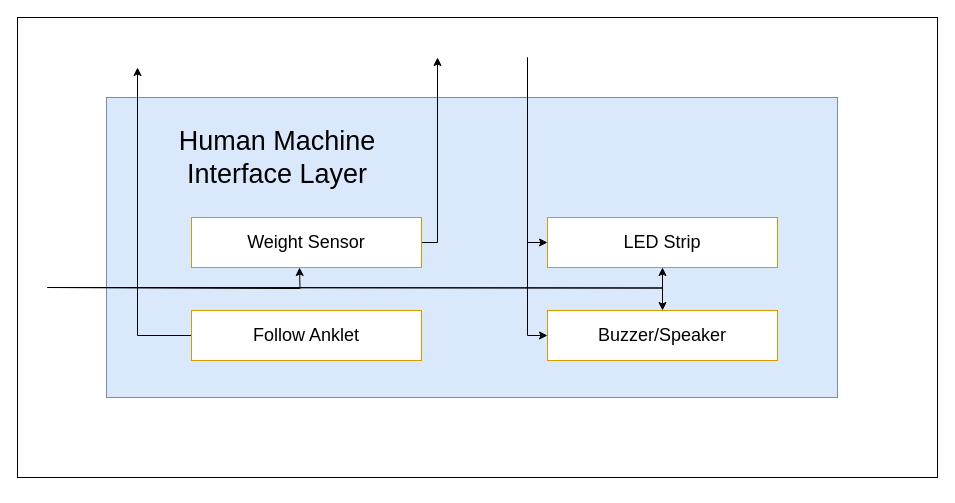
Earlier version of the draw.io diagram DRAWIO Files/Kendall/HMI_Layer.drawio (TuringBoard/ADS). Source tidied: cells renumbered, new cells numbered last; positions are measured from the earlier drawing's top-left corner, leaving out a move shared by most shapes. Both pictures are drawn from the tidied source at 100%, with x=0, y=0 at pixel (17, 17).
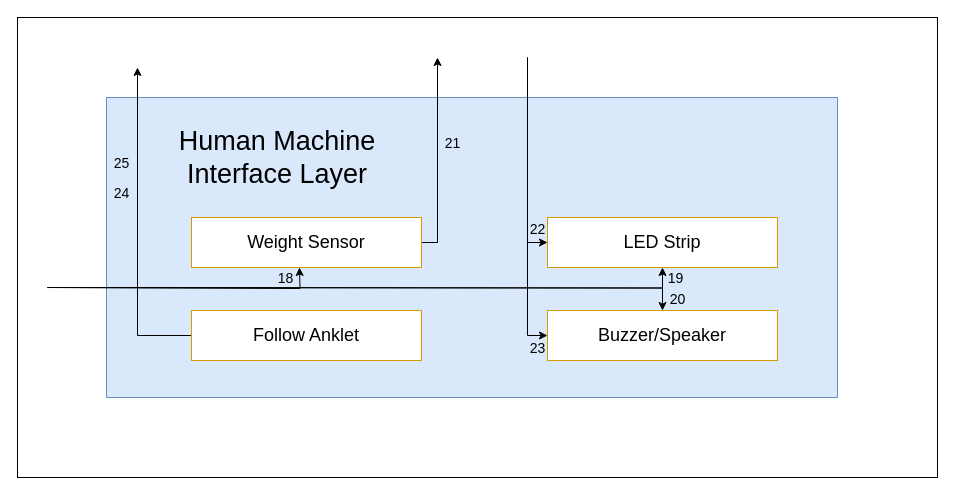
The same diagram, later.

Change to the diagram source:
```diff
@@
+    <mxCell id="17" value="&lt;font style=&quot;font-size: 14px&quot;&gt;21&lt;br&gt;&lt;/font&gt;" style="text;html=1;align=center;verticalAlign=middle;strokeColor=none;fillColor=none;fontSize=18;" parent="1" vertex="1">
+      <mxGeometry x="420" y="110" width="30" height="30" as="geometry" />
+    </mxCell>
+    <mxCell id="18" value="&lt;font style=&quot;font-size: 14px&quot;&gt;18&lt;br&gt;&lt;/font&gt;" style="text;html=1;align=center;verticalAlign=middle;strokeColor=none;fillColor=none;fontSize=18;" parent="1" vertex="1">
+      <mxGeometry x="253" y="245" width="30" height="30" as="geometry" />
+    </mxCell>
+    <mxCell id="19" value="&lt;font style=&quot;font-size: 14px&quot;&gt;22&lt;br&gt;&lt;/font&gt;" style="text;html=1;align=center;verticalAlign=middle;strokeColor=none;fillColor=none;fontSize=18;" parent="1" vertex="1">
+      <mxGeometry x="505" y="196" width="30" height="30" as="geometry" />
+    </mxCell>
+    <mxCell id="20" value="&lt;font style=&quot;font-size: 14px&quot;&gt;23&lt;br&gt;&lt;/font&gt;" style="text;html=1;align=center;verticalAlign=middle;strokeColor=none;fillColor=none;fontSize=18;" parent="1" vertex="1">
+      <mxGeometry x="505" y="315" width="30" height="30" as="geometry" />
+    </mxCell>
+    <mxCell id="21" value="&lt;font style=&quot;font-size: 14px&quot;&gt;19&lt;br&gt;&lt;/font&gt;" style="text;html=1;align=center;verticalAlign=middle;strokeColor=none;fillColor=none;fontSize=18;" parent="1" vertex="1">
+      <mxGeometry x="643" y="245" width="30" height="30" as="geometry" />
+    </mxCell>
+    <mxCell id="22" value="&lt;font style=&quot;font-size: 14px&quot;&gt;20&lt;br&gt;&lt;/font&gt;" style="text;html=1;align=center;verticalAlign=middle;strokeColor=none;fillColor=none;fontSize=18;" parent="1" vertex="1">
+      <mxGeometry x="645" y="266" width="30" height="30" as="geometry" />
+    </mxCell>
+    <mxCell id="23" value="&lt;font style=&quot;font-size: 14px&quot;&gt;25&lt;br&gt;&lt;/font&gt;" style="text;html=1;align=center;verticalAlign=middle;strokeColor=none;fillColor=none;fontSize=18;" parent="1" vertex="1">
+      <mxGeometry x="89" y="130" width="30" height="30" as="geometry" />
+    </mxCell>
+    <mxCell id="24" value="&lt;font style=&quot;font-size: 14px&quot;&gt;24&lt;br&gt;&lt;/font&gt;" style="text;html=1;align=center;verticalAlign=middle;strokeColor=none;fillColor=none;fontSize=18;" parent="1" vertex="1">
+      <mxGeometry x="89" y="160" width="30" height="30" as="geometry" />
+    </mxCell>
```
